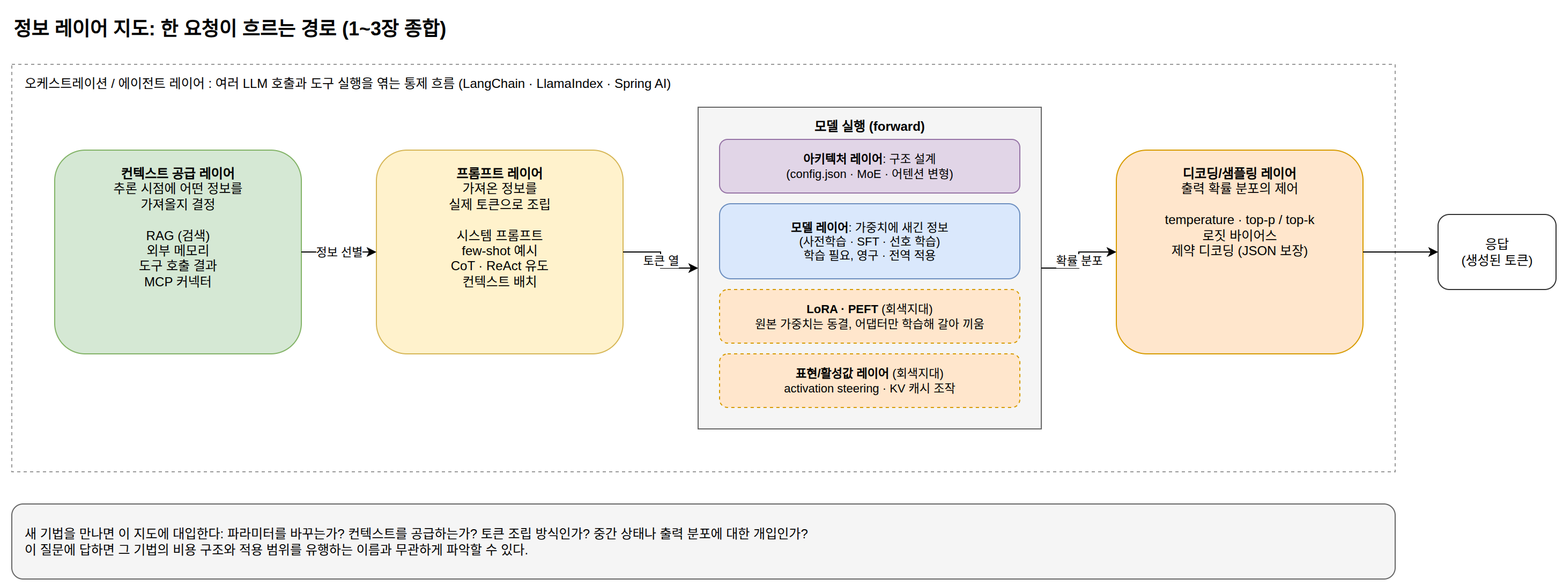
Earlier version of the draw.io export book/diagrams/ch03-layer-map.drawio.png (benelog/llm-principles). Source tidied: cells renumbered, new cells last; positions are measured from the earlier drawing's top-left corner, leaving out a move shared by most shapes.
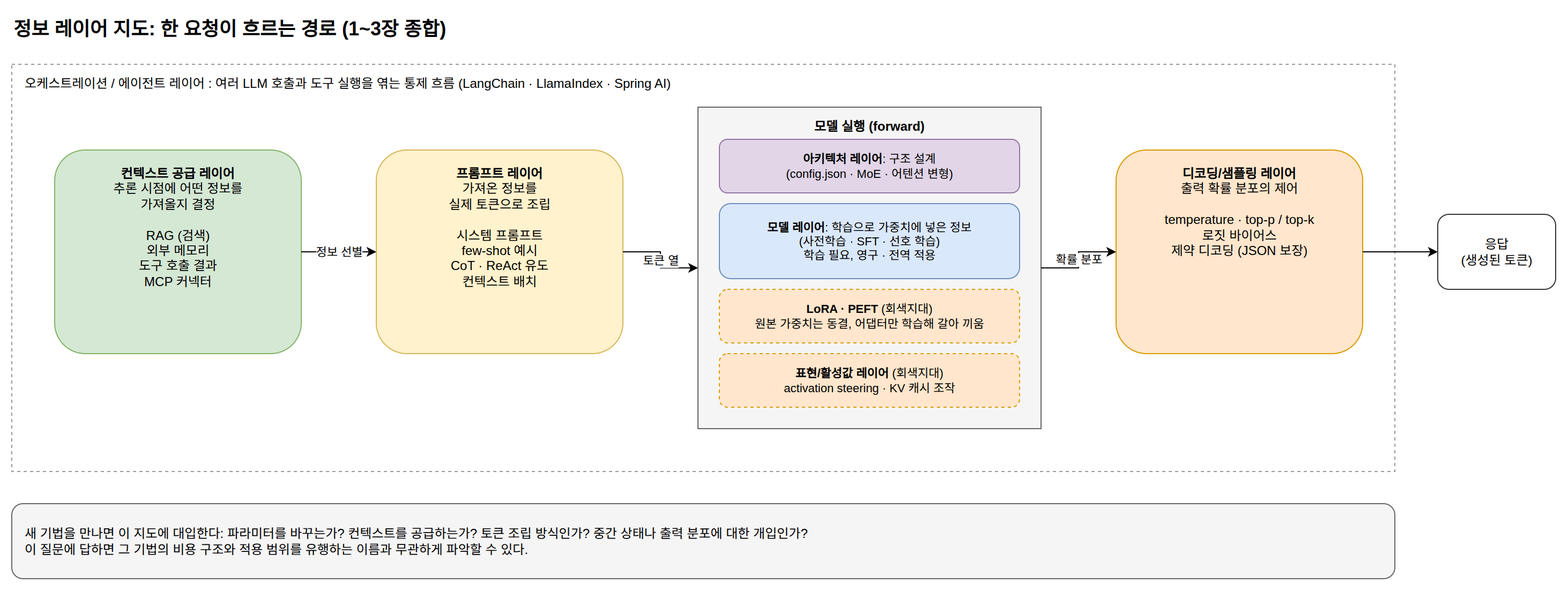
After the change.

The edit, as a diff of the source:
```diff
@@ -20,7 +20,7 @@
     <mxCell id="7" value="&lt;b&gt;아키텍처 레이어&lt;/b&gt;: 구조 설계&lt;br&gt;(config.json · MoE · 어텐션 변형)" style="rounded=1;whiteSpace=wrap;html=1;fillColor=#e1d5e7;strokeColor=#9673a6;fontSize=11;" parent="1" vertex="1">
       <mxGeometry x="660" y="120" width="280" height="50" as="geometry" />
     </mxCell>
-    <mxCell id="8" value="&lt;b&gt;모델 레이어&lt;/b&gt;: 가중치에 새긴 정보&lt;br&gt;(사전학습 · SFT · 선호 학습)&lt;br&gt;학습 필요, 영구 · 전역 적용" style="rounded=1;whiteSpace=wrap;html=1;fillColor=#dae8fc;strokeColor=#6c8ebf;fontSize=11;" parent="1" vertex="1">
+    <mxCell id="8" value="&lt;b&gt;모델 레이어&lt;/b&gt;: 학습으로 가중치에 넣은 정보&lt;br&gt;(사전학습 · SFT · 선호 학습)&lt;br&gt;학습 필요, 영구 · 전역 적용" style="rounded=1;whiteSpace=wrap;html=1;fillColor=#dae8fc;strokeColor=#6c8ebf;fontSize=11;" parent="1" vertex="1">
       <mxGeometry x="660" y="180" width="280" height="70" as="geometry" />
     </mxCell>
     <mxCell id="9" value="&lt;b&gt;LoRA · PEFT&lt;/b&gt; (회색지대)&lt;br&gt;원본 가중치는 동결, 어댑터만 학습해 갈아 끼움" style="rounded=1;whiteSpace=wrap;html=1;fillColor=#ffe6cc;strokeColor=#d79b00;fontSize=11;dashed=1;" parent="1" vertex="1">
```
